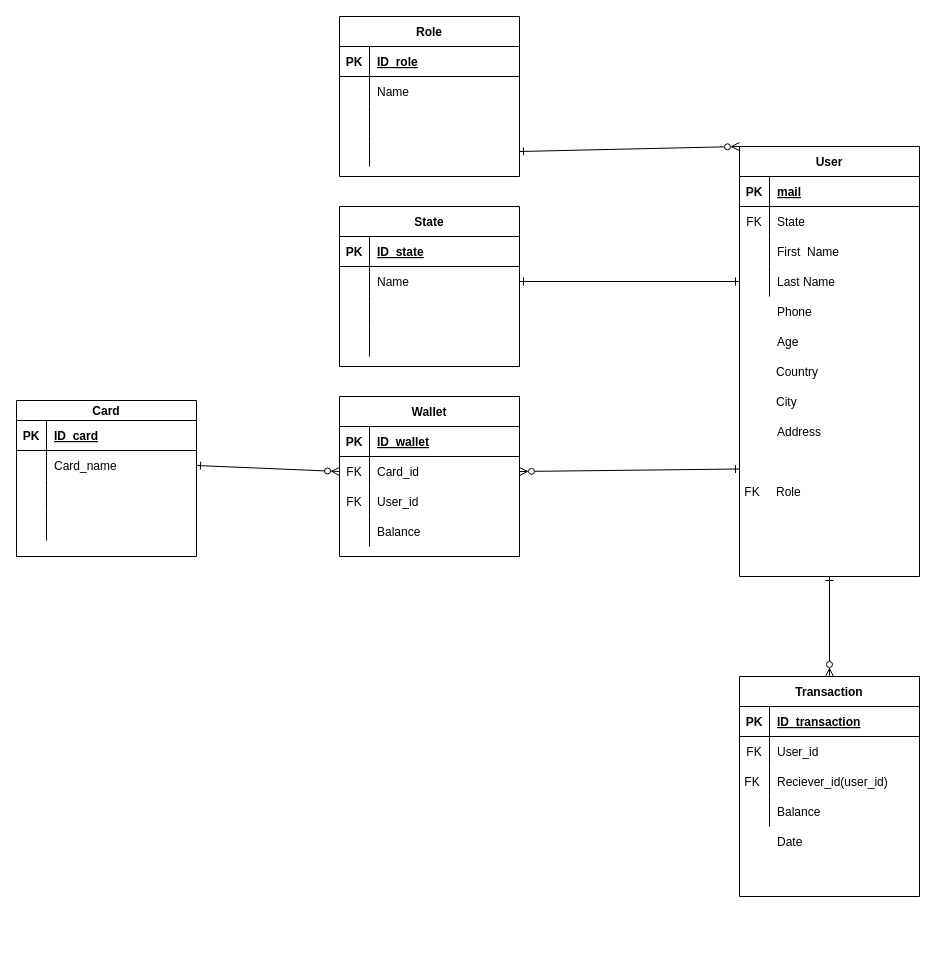
Before: DataBase-Diagram.drawio in Coquixo/final-flow-diagram, a draw.io diagram. Source tidied: cells renumbered, new cells numbered last; positions are measured from the earlier drawing's top-left corner, leaving out a move shared by most shapes. Both pictures are drawn from the tidied source at 100%, with x=0, y=0 at pixel (16, 16).
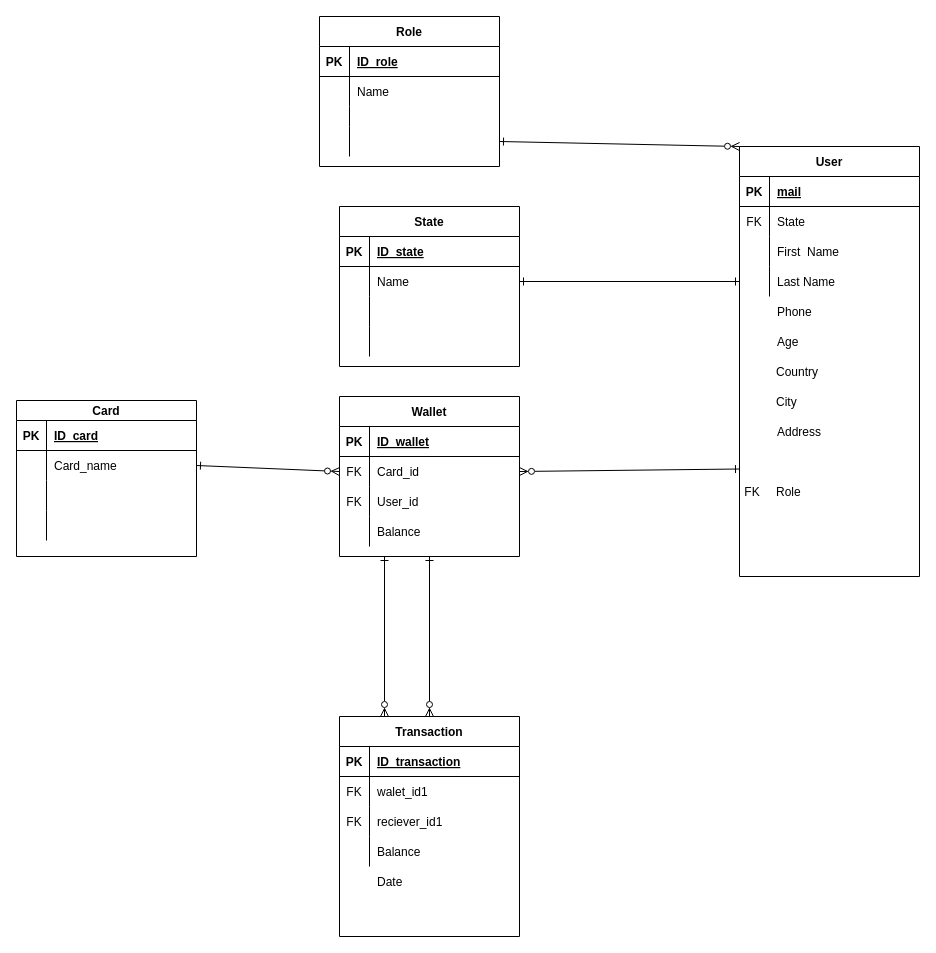
Above is the later version.

Unchanged cells that the change refers to:
```xml
<mxCell id="3" value="User" style="shape=table;startSize=30;childLayout=tableLayout;rowLines=0;fontStyle=1;align=center;" parent="1" vertex="1">
  <mxGeometry x="723" y="130" width="180" height="430" as="geometry" />
</mxCell>
<mxCell id="64" value="Wallet" style="shape=table;startSize=30;childLayout=tableLayout;rowLines=0;fontStyle=1;align=center;" parent="1" vertex="1">
  <mxGeometry x="323" y="380" width="180" height="160" as="geometry" />
</mxCell>
<mxCell id="84" style="shape=tableRow;horizontal=0;startSize=0;swimlaneHead=0;swimlaneBody=0;fillColor=none;top=0;left=0;right=0;bottom=0;" parent="80" vertex="1">
  <mxGeometry y="60" width="180" height="30" as="geometry" />
</mxCell>
<mxCell id="87" style="shape=tableRow;horizontal=0;startSize=0;swimlaneHead=0;swimlaneBody=0;fillColor=none;top=0;left=0;right=0;bottom=0;" parent="80" vertex="1">
  <mxGeometry y="90" width="180" height="30" as="geometry" />
</mxCell>
```

The edit, as a diff of the source:
```diff
@@
-    <mxCell id="2" style="edgeStyle=orthogonalEdgeStyle;rounded=0;jettySize=auto;html=1;exitX=0.5;exitY=1;exitDx=0;exitDy=0;entryX=0.5;entryY=0;entryDx=0;entryDy=0;startArrow=ERone;startFill=0;endArrow=ERzeroToMany;endFill=0;" parent="1" edge="1" source="3" target="80">
+    <mxCell id="2" style="edgeStyle=orthogonalEdgeStyle;rounded=0;jettySize=auto;html=1;exitX=0.5;exitY=1;exitDx=0;exitDy=0;entryX=0.5;entryY=0;entryDx=0;entryDy=0;startArrow=ERone;startFill=0;endArrow=ERzeroToMany;endFill=0;" parent="1" edge="1" source="64" target="80">
       <mxGeometry relative="1" as="geometry" />
     </mxCell>
@@
     <mxCell id="38" value="Role" style="shape=table;startSize=30;childLayout=tableLayout;rowLines=0;fontStyle=1;align=center;" parent="1" vertex="1">
-      <mxGeometry x="323" width="180" height="160" as="geometry" />
+      <mxGeometry x="303" width="180" height="150" as="geometry" />
     </mxCell>
@@
     <mxCell id="45" style="shape=tableRow;horizontal=0;startSize=0;swimlaneHead=0;swimlaneBody=0;fillColor=none;top=0;left=0;right=0;bottom=0;" parent="38" vertex="1">
-      <mxGeometry y="90" width="180" height="30" as="geometry" />
+      <mxGeometry y="90" width="180" height="20" as="geometry" />
     </mxCell>
     <mxCell id="46" style="shape=partialRectangle;fillColor=none;top=0;left=0;bottom=0;right=0;overflow=hidden;" parent="45" vertex="1">
-      <mxGeometry width="30" height="30" as="geometry" />
+      <mxGeometry width="30" height="20" as="geometry" />
     </mxCell>
     <mxCell id="47" style="shape=partialRectangle;fillColor=none;top=0;left=0;bottom=0;right=0;align=left;spacingLeft=6;overflow=hidden;" parent="45" vertex="1">
-      <mxGeometry x="30" width="150" height="30" as="geometry" />
+      <mxGeometry x="30" width="150" height="20" as="geometry" />
     </mxCell>
     <mxCell id="48" style="shape=tableRow;horizontal=0;startSize=0;swimlaneHead=0;swimlaneBody=0;fillColor=none;points=[[0,0.5],[1,0.5]];portConstraint=eastwest;top=0;left=0;right=0;bottom=0;" parent="38" vertex="1">
-      <mxGeometry y="120" width="180" height="30" as="geometry" />
+      <mxGeometry y="110" width="180" height="30" as="geometry" />
     </mxCell>
@@
     <mxCell id="80" value="Transaction" style="shape=table;startSize=30;childLayout=tableLayout;rowLines=0;fontStyle=1;align=center;" parent="1" vertex="1">
-      <mxGeometry x="723" y="660" width="180" height="220" as="geometry" />
+      <mxGeometry x="323" y="700" width="180" height="220" as="geometry" />
     </mxCell>
@@
-    <mxCell id="86" value="User_id" style="shape=partialRectangle;fillColor=none;top=0;left=0;bottom=0;right=0;align=left;spacingLeft=6;overflow=hidden;" parent="84" vertex="1">
+    <mxCell id="86" value="walet_id1" style="shape=partialRectangle;fillColor=none;top=0;left=0;bottom=0;right=0;align=left;spacingLeft=6;overflow=hidden;" parent="84" vertex="1">
       <mxGeometry x="30" width="150" height="30" as="geometry" />
     </mxCell>
@@
-    <mxCell id="89" value="Reciever_id(user_id)" style="shape=partialRectangle;fillColor=none;top=0;left=0;bottom=0;right=0;align=left;spacingLeft=6;overflow=hidden;" parent="87" vertex="1">
+    <mxCell id="89" value="reciever_id1" style="shape=partialRectangle;fillColor=none;top=0;left=0;bottom=0;right=0;align=left;spacingLeft=6;overflow=hidden;" parent="87" vertex="1">
       <mxGeometry x="30" width="150" height="30" as="geometry" />
     </mxCell>
@@
     <mxCell id="93" value="Date" style="shape=partialRectangle;fillColor=none;top=0;left=0;bottom=0;right=0;align=left;spacingLeft=6;overflow=hidden;" parent="1" vertex="1">
-      <mxGeometry x="753" y="810" width="150" height="30" as="geometry" />
+      <mxGeometry x="353" y="850" width="150" height="30" as="geometry" />
     </mxCell>
     <mxCell id="94" value="FK" style="shape=partialRectangle;fillColor=none;top=0;left=0;bottom=0;right=0;overflow=hidden;" parent="1" vertex="1">
-      <mxGeometry x="721" y="750" width="30" height="30" as="geometry" />
+      <mxGeometry x="323" y="790" width="30" height="30" as="geometry" />
     </mxCell>
@@
+    <mxCell id="98" style="edgeStyle=orthogonalEdgeStyle;rounded=0;jettySize=auto;html=1;exitX=0.25;exitY=1;exitDx=0;exitDy=0;entryX=0.25;entryY=0;entryDx=0;entryDy=0;startArrow=ERone;startFill=0;endArrow=ERzeroToMany;endFill=0;" parent="1" edge="1" source="64" target="80">
+      <mxGeometry x="-0.25" y="-40" relative="1" as="geometry" />
+    </mxCell>
```
